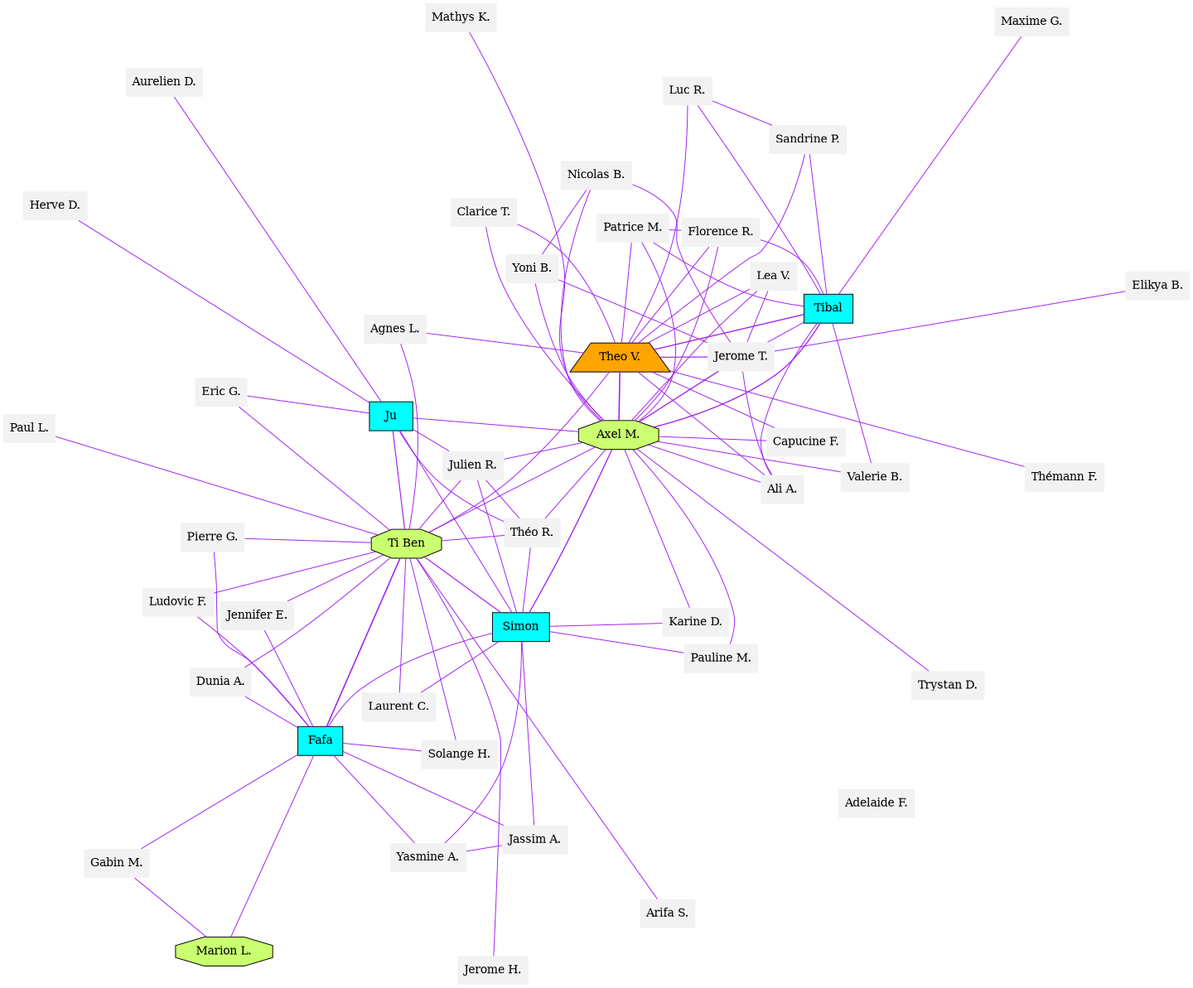
Above: jumpers_BI-PLACES.dot.png in GuilhemRep/sauts (Graphviz), before the change. Its source is kept beside it as jumpers_BI-PLACES.dot.
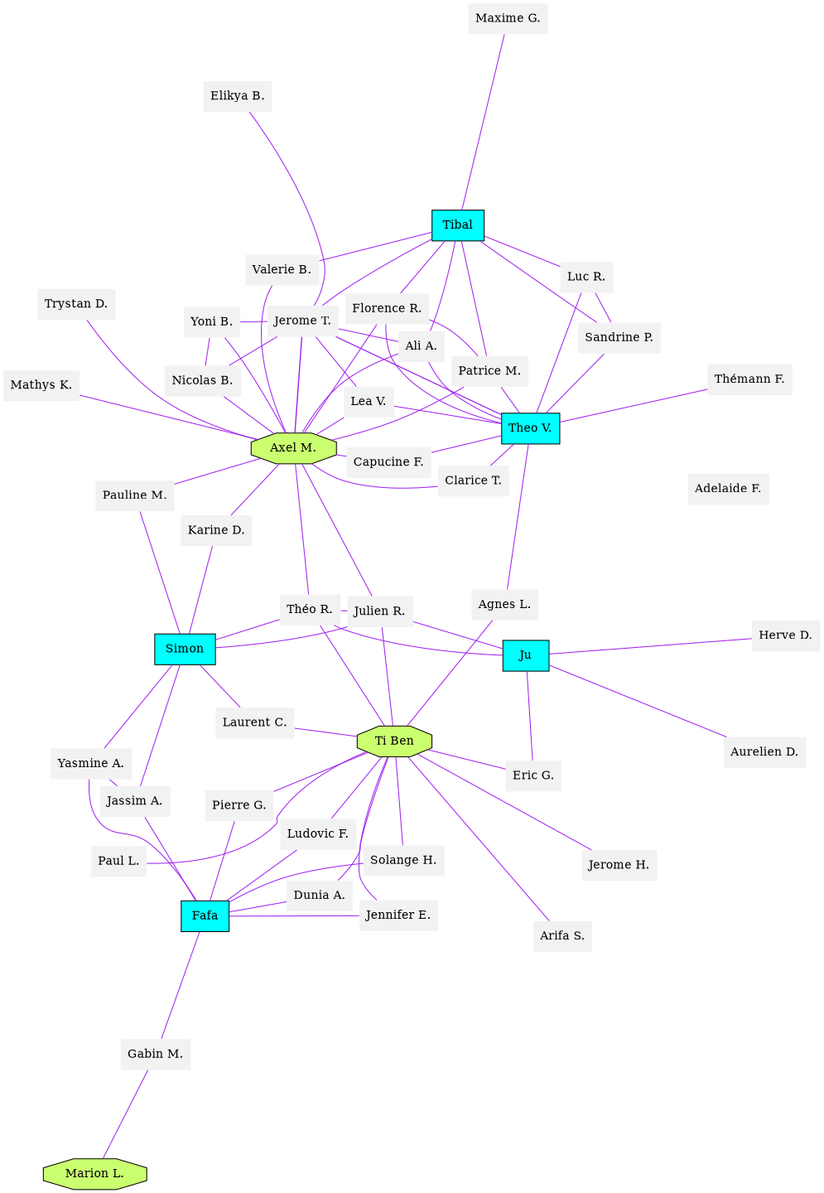
Later version of the same file.

The edit, as a diff of the source:
```diff
@@ -1,99 +1,88 @@
 graph Jumpers {
 	graph [overlap=false ratio=1 size="15,15" splines=true]
+	"Thémann F." [fillcolor=gray95 shape=none style=filled]
+	"Jassim A." [fillcolor=gray95 shape=none style=filled]
+	"Marion L." [fillcolor=darkolivegreen1 shape=octagon style=filled]
+	"Pauline M." [fillcolor=gray95 shape=none style=filled]
+	"Jerome H." [fillcolor=gray95 shape=none style=filled]
+	"Mathys K." [fillcolor=gray95 shape=none style=filled]
+	"Théo R." [fillcolor=gray95 shape=none style=filled]
+	"Clarice T." [fillcolor=gray95 shape=none style=filled]
+	"Agnes L." [fillcolor=gray95 shape=none style=filled]
+	"Capucine F." [fillcolor=gray95 shape=none style=filled]
+	"Jennifer E." [fillcolor=gray95 shape=none style=filled]
+	"Jerome T." [fillcolor=gray95 shape=none style=filled]
+	"Ti Ben" [fillcolor=darkolivegreen1 shape=octagon style=filled]
+	"Julien R." [fillcolor=gray95 shape=none style=filled]
+	"Elikya B." [fillcolor=gray95 shape=none style=filled]
+	"Arifa S." [fillcolor=gray95 shape=none style=filled]
+	"Eric G." [fillcolor=gray95 shape=none style=filled]
+	"Axel M." [fillcolor=darkolivegreen1 shape=octagon style=filled]
+	"Yasmine A." [fillcolor=gray95 shape=none style=filled]
+	"Pierre G." [fillcolor=gray95 shape=none style=filled]
+	" Fafa " [fillcolor=cyan shape=rectangle style=filled]
 	"Dunia A." [fillcolor=gray95 shape=none style=filled]
+	" Tibal " [fillcolor=cyan shape=rectangle style=filled]
 	"Solange H." [fillcolor=gray95 shape=none style=filled]
+	"Laurent C." [fillcolor=gray95 shape=none style=filled]
+	"Sandrine P." [fillcolor=gray95 shape=none style=filled]
+	"Maxime G." [fillcolor=gray95 shape=none style=filled]
+	"Karine D." [fillcolor=gray95 shape=none style=filled]
+	"Ali A." [fillcolor=gray95 shape=none style=filled]
+	"Nicolas B." [fillcolor=gray95 shape=none style=filled]
+	"Lea V." [fillcolor=gray95 shape=none style=filled]
+	"Florence R." [fillcolor=gray95 shape=none style=filled]
+	"Aurelien D." [fillcolor=gray95 shape=none style=filled]
+	"Valerie B." [fillcolor=gray95 shape=none style=filled]
+	"Herve D." [fillcolor=gray95 shape=none style=filled]
+	"Patrice M." [fillcolor=gray95 shape=none style=filled]
+	"Gabin M." [fillcolor=gray95 shape=none style=filled]
+	"Theo V." [fillcolor=cyan shape=rectangle style=filled]
 	"Trystan D." [fillcolor=gray95 shape=none style=filled]
-	"Lea V." [fillcolor=gray95 shape=none style=filled]
-	"Arifa S." [fillcolor=gray95 shape=none style=filled]
-	"Clarice T." [fillcolor=gray95 shape=none style=filled]
 	"Yoni B." [fillcolor=gray95 shape=none style=filled]
-	"Jassim A." [fillcolor=gray95 shape=none style=filled]
-	"Sandrine P." [fillcolor=gray95 shape=none style=filled]
-	"Ali A." [fillcolor=gray95 shape=none style=filled]
-	"Elikya B." [fillcolor=gray95 shape=none style=filled]
-	"Patrice M." [fillcolor=gray95 shape=none style=filled]
+	"Adelaide F." [fillcolor=gray95 shape=none style=filled]
+	"Paul L." [fillcolor=gray95 shape=none style=filled]
+	"Ludovic F." [fillcolor=gray95 shape=none style=filled]
 	" Simon " [fillcolor=cyan shape=rectangle style=filled]
-	"Thémann F." [fillcolor=gray95 shape=none style=filled]
-	"Herve D." [fillcolor=gray95 shape=none style=filled]
-	"Laurent C." [fillcolor=gray95 shape=none style=filled]
-	"Théo R." [fillcolor=gray95 shape=none style=filled]
-	"Mathys K." [fillcolor=gray95 shape=none style=filled]
-	"Adelaide F." [fillcolor=gray95 shape=none style=filled]
-	"Pierre G." [fillcolor=gray95 shape=none style=filled]
-	"Nicolas B." [fillcolor=gray95 shape=none style=filled]
-	"Theo V." [fillcolor=orange shape=trapezium style=filled]
-	"Paul L." [fillcolor=gray95 shape=none style=filled]
-	"Jerome T." [fillcolor=gray95 shape=none style=filled]
-	"Aurelien D." [fillcolor=gray95 shape=none style=filled]
-	"Agnes L." [fillcolor=gray95 shape=none style=filled]
 	" Ju " [fillcolor=cyan shape=rectangle style=filled]
-	"Axel M." [fillcolor=darkolivegreen1 shape=octagon style=filled]
-	"Jennifer E." [fillcolor=gray95 shape=none style=filled]
-	"Jerome H." [fillcolor=gray95 shape=none style=filled]
-	"Valerie B." [fillcolor=gray95 shape=none style=filled]
-	"Karine D." [fillcolor=gray95 shape=none style=filled]
-	" Fafa " [fillcolor=cyan shape=rectangle style=filled]
-	"Marion L." [fillcolor=darkolivegreen1 shape=octagon style=filled]
-	"Florence R." [fillcolor=gray95 shape=none style=filled]
-	"Maxime G." [fillcolor=gray95 shape=none style=filled]
-	"Yasmine A." [fillcolor=gray95 shape=none style=filled]
-	" Tibal " [fillcolor=cyan shape=rectangle style=filled]
 	"Luc R." [fillcolor=gray95 shape=none style=filled]
-	"Eric G." [fillcolor=gray95 shape=none style=filled]
-	"Ludovic F." [fillcolor=gray95 shape=none style=filled]
-	"Julien R." [fillcolor=gray95 shape=none style=filled]
-	"Ti Ben" [fillcolor=darkolivegreen1 shape=octagon style=filled]
-	"Gabin M." [fillcolor=gray95 shape=none style=filled]
-	"Capucine F." [fillcolor=gray95 shape=none style=filled]
-	"Pauline M." [fillcolor=gray95 shape=none style=filled]
 	" Ju " -- "Herve D." [color=purple len=1.5 penwidth=1.0]
 	" Fafa " -- "Jennifer E." [color=purple len=1.0 penwidth=1.0]
 	"Jennifer E." -- "Ti Ben" [color=purple len=1.0 penwidth=1.0]
-	" Fafa " -- "Ti Ben" [color=purple len=1.0 penwidth=1.618033988749895]
 	" Fafa " -- "Dunia A." [color=purple len=1.0 penwidth=1.0]
 	"Dunia A." -- "Ti Ben" [color=purple len=1.0 penwidth=1.0]
 	" Ju " -- "Eric G." [color=purple len=1.0 penwidth=1.0]
 	"Eric G." -- "Ti Ben" [color=purple len=1.0 penwidth=1.0]
-	" Ju " -- "Ti Ben" [color=purple len=1.0 penwidth=1.2071067811865475]
 	" Ju " -- "Aurelien D." [color=purple len=1.5 penwidth=1.0]
 	"Capucine F." -- "Theo V." [color=purple len=1.0 penwidth=1.0]
 	"Axel M." -- "Capucine F." [color=purple len=1.0 penwidth=1.0]
-	"Axel M." -- "Theo V." [color=purple len=1.0 penwidth=1.618033988749895]
 	" Fafa " -- "Ludovic F." [color=purple len=1.0 penwidth=1.0]
 	"Ludovic F." -- "Ti Ben" [color=purple len=1.0 penwidth=1.0]
 	" Fafa " -- "Solange H." [color=purple len=1.0 penwidth=1.0]
 	"Solange H." -- "Ti Ben" [color=purple len=1.0 penwidth=1.0]
 	" Simon " -- "Karine D." [color=purple len=1.0 penwidth=1.0]
 	"Axel M." -- "Karine D." [color=purple len=1.0 penwidth=1.0]
-	" Simon " -- "Axel M." [color=purple len=1.0 penwidth=1.3660254037844386]
 	" Fafa " -- "Pierre G." [color=purple len=1.0 penwidth=1.0]
 	"Pierre G." -- "Ti Ben" [color=purple len=1.0 penwidth=1.0]
 	"Agnes L." -- "Theo V." [color=purple len=1.0 penwidth=1.0]
 	"Agnes L." -- "Ti Ben" [color=purple len=1.0 penwidth=1.0]
-	"Theo V." -- "Ti Ben" [color=purple len=1.0 penwidth=1.0]
 	" Simon " -- "Pauline M." [color=purple len=1.0 penwidth=1.0]
 	"Axel M." -- "Pauline M." [color=purple len=1.0 penwidth=1.0]
 	" Fafa " -- "Gabin M." [color=purple len=1.0 penwidth=1.0]
 	"Gabin M." -- "Marion L." [color=purple len=1.0 penwidth=1.0]
-	" Fafa " -- "Marion L." [color=purple len=1.0 penwidth=1.0]
 	" Ju " -- "Théo R." [color=purple len=1.0 penwidth=1.0]
 	"Théo R." -- "Ti Ben" [color=purple len=1.0 penwidth=1.0]
 	"Julien R." -- "Théo R." [color=purple len=1.0 penwidth=1.0]
 	" Simon " -- "Théo R." [color=purple len=1.0 penwidth=1.0]
 	"Axel M." -- "Théo R." [color=purple len=1.0 penwidth=1.0]
 	" Ju " -- "Julien R." [color=purple len=1.0 penwidth=1.0]
-	" Ju " -- " Simon " [color=purple len=1.0 penwidth=1.0]
-	" Ju " -- "Axel M." [color=purple len=1.0 penwidth=1.0]
 	"Julien R." -- "Ti Ben" [color=purple len=1.0 penwidth=1.0]
-	" Simon " -- "Ti Ben" [color=purple len=1.0 penwidth=1.2071067811865475]
-	"Axel M." -- "Ti Ben" [color=purple len=1.0 penwidth=1.0]
 	" Simon " -- "Julien R." [color=purple len=1.0 penwidth=1.0]
 	"Axel M." -- "Julien R." [color=purple len=1.0 penwidth=1.0]
 	" Simon " -- "Jassim A." [color=purple len=1.0 penwidth=1.0]
 	"Jassim A." -- "Yasmine A." [color=purple len=1.0 penwidth=1.0]
 	" Fafa " -- "Jassim A." [color=purple len=1.0 penwidth=1.0]
 	" Simon " -- "Yasmine A." [color=purple len=1.0 penwidth=1.0]
-	" Fafa " -- " Simon " [color=purple len=1.0 penwidth=1.0]
 	" Fafa " -- "Yasmine A." [color=purple len=1.0 penwidth=1.0]
 	" Simon " -- "Laurent C." [color=purple len=1.0 penwidth=1.0]
 	"Laurent C." -- "Ti Ben" [color=purple len=1.0 penwidth=1.0]
@@ -107,7 +96,6 @@
 	"Jerome T." -- "Theo V." [color=purple len=1.0 penwidth=1.2071067811865475]
 	"Axel M." -- "Jerome T." [color=purple len=1.0 penwidth=1.3660254037844386]
 	"Luc R." -- "Theo V." [color=purple len=1.0 penwidth=1.0]
-	" Tibal " -- "Theo V." [color=purple len=1.0 penwidth=1.3660254037844386]
 	"Sandrine P." -- "Theo V." [color=purple len=1.0 penwidth=1.0]
 	" Tibal " -- "Luc R." [color=purple len=1.0 penwidth=1.0]
 	"Luc R." -- "Sandrine P." [color=purple len=1.0 penwidth=1.0]
@@ -115,7 +103,6 @@
 	"Arifa S." -- "Ti Ben" [color=purple len=1.5 penwidth=1.0]
 	"Jerome H." -- "Ti Ben" [color=purple len=1.5 penwidth=1.0]
 	"Axel M." -- "Trystan D." [color=purple len=1.5 penwidth=1.0]
-	" Tibal " -- "Axel M." [color=purple len=1.0 penwidth=1.3660254037844386]
 	" Tibal " -- "Ali A." [color=purple len=1.0 penwidth=1.0]
 	" Tibal " -- "Jerome T." [color=purple len=1.0 penwidth=1.0]
 	"Ali A." -- "Axel M." [color=purple len=1.0 penwidth=1.0]
```
